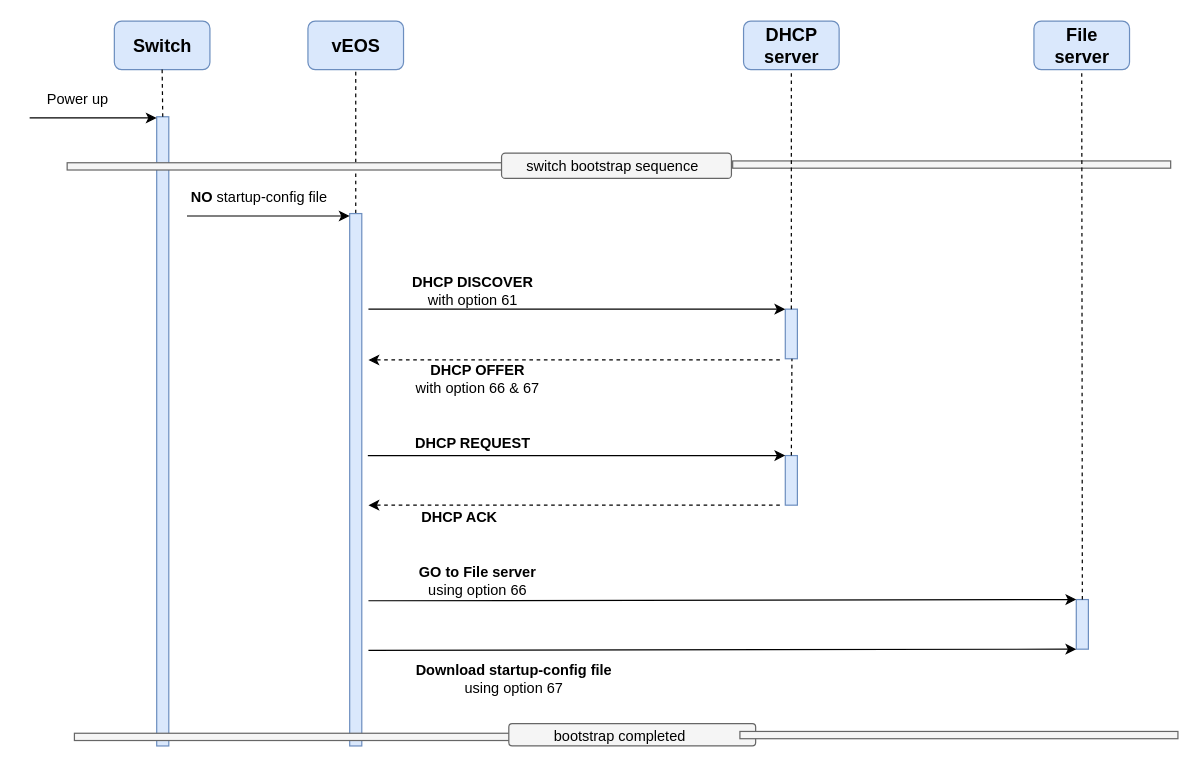
Above: ZTP Provisioning for Arista/ZTP-process-Diagram.drawio in OpentekyLab/Networking (draw.io), before the change. Source tidied: cells renumbered, new cells numbered last; positions are measured from the earlier drawing's top-left corner, leaving out a move shared by most shapes. Both pictures are drawn from the tidied source at 121%, with x=0, y=0 at pixel (29, -56).
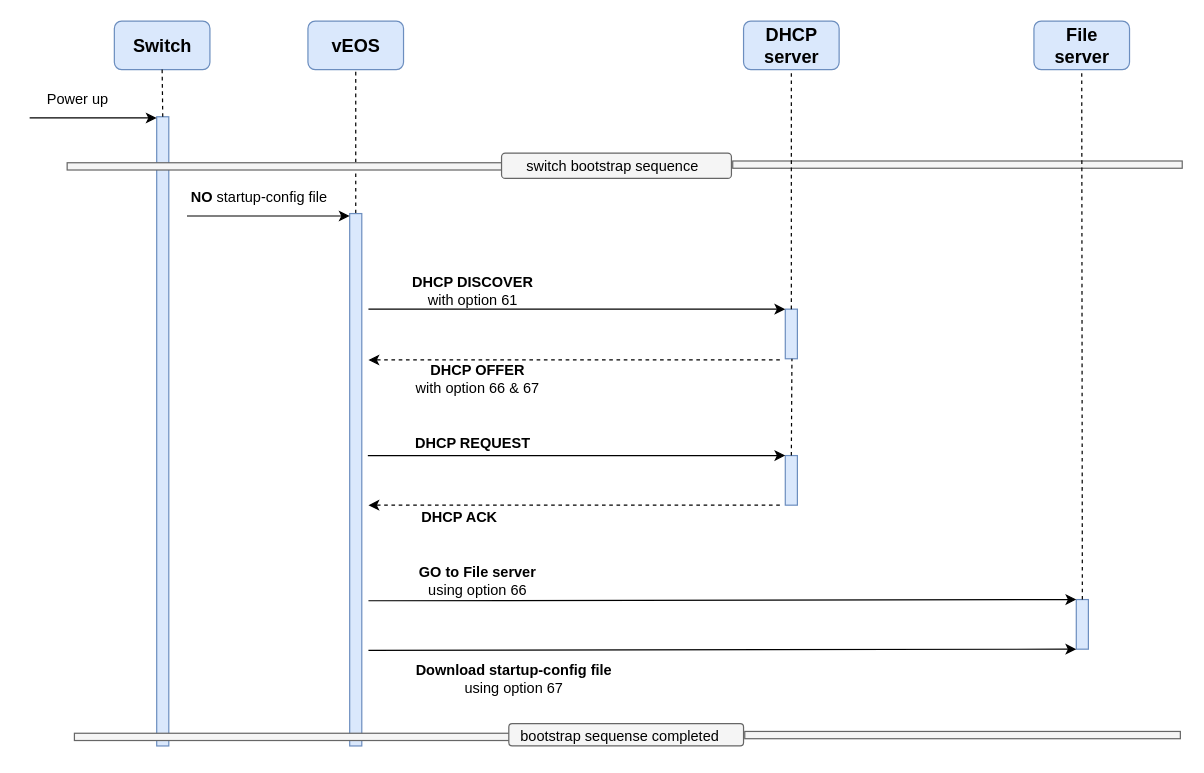
The same diagram, later.

Diff of the diagram source:
```diff
@@
     <mxCell id="21" style="rounded=0;whiteSpace=wrap;html=1;rotation=-90;fillColor=#f5f5f5;fontColor=#333333;strokeColor=#666666;" parent="1" vertex="1">
-      <mxGeometry x="759" y="0.5" width="6" height="362" as="geometry" />
+      <mxGeometry x="763.8" y="-4.2" width="6" height="371.5" as="geometry" />
     </mxCell>
@@
     <mxCell id="41" style="rounded=1;whiteSpace=wrap;html=1;fillColor=#f5f5f5;fontColor=#333333;strokeColor=#666666;" parent="1" vertex="1">
-      <mxGeometry x="396" y="643.5" width="204" height="18.5" as="geometry" />
+      <mxGeometry x="396" y="643.5" width="194" height="18.5" as="geometry" />
     </mxCell>
-    <mxCell id="42" value="bootstrap completed" style="text;strokeColor=none;align=center;fillColor=none;html=1;verticalAlign=middle;whiteSpace=wrap;rounded=0;" parent="1" vertex="1">
-      <mxGeometry x="408" y="640.5" width="160" height="27" as="geometry" />
+    <mxCell id="42" value="bootstrap sequense completed" style="text;strokeColor=none;align=center;fillColor=none;html=1;verticalAlign=middle;whiteSpace=wrap;rounded=0;" parent="1" vertex="1">
+      <mxGeometry x="397" y="640.5" width="182" height="27" as="geometry" />
     </mxCell>
     <mxCell id="43" style="rounded=0;whiteSpace=wrap;html=1;rotation=-90;fillColor=#f5f5f5;fontColor=#333333;strokeColor=#666666;" parent="1" vertex="1">
-      <mxGeometry x="765" y="472" width="6" height="362" as="geometry" />
+      <mxGeometry x="768" y="473" width="6" height="360" as="geometry" />
     </mxCell>
```
